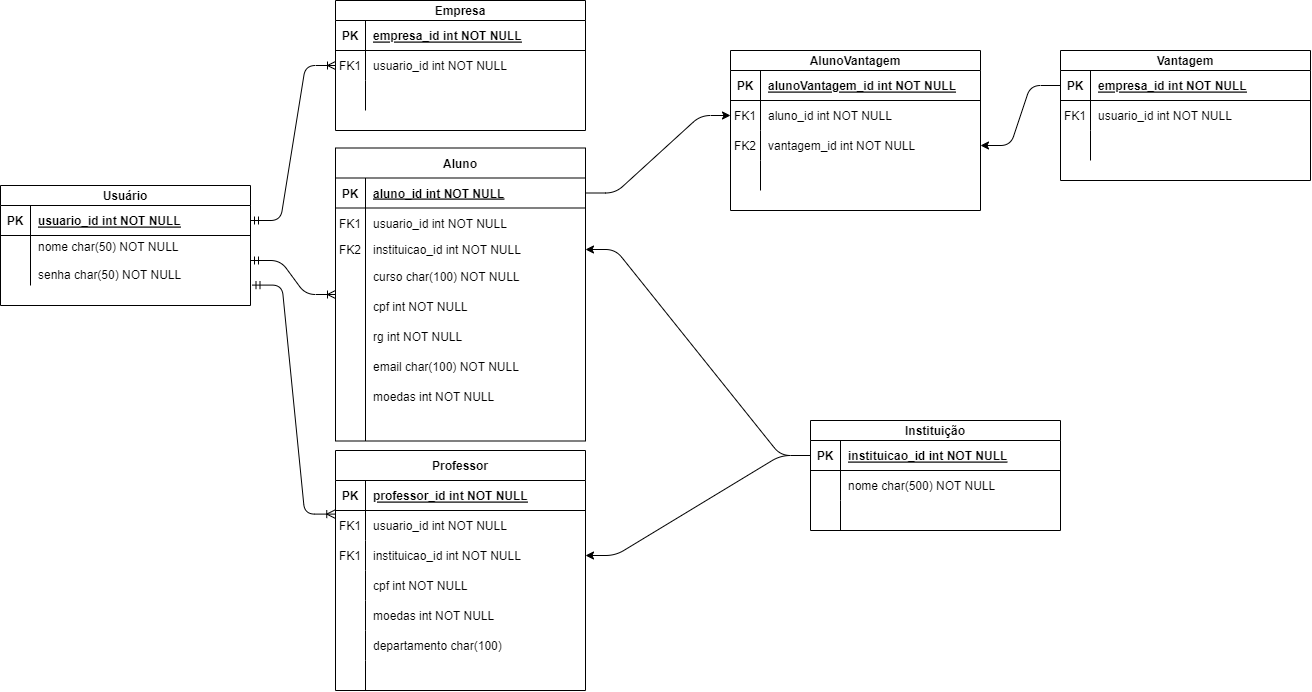
The draw.io diagram Laboratorio 3/Projeto/ER_Detalhado.drawio.png in Deathpark/LabProjetoSoftware, before a commit. Source tidied: cells renumbered, new cells last; positions are measured from the earlier drawing's top-left corner, leaving out a move shared by most shapes.
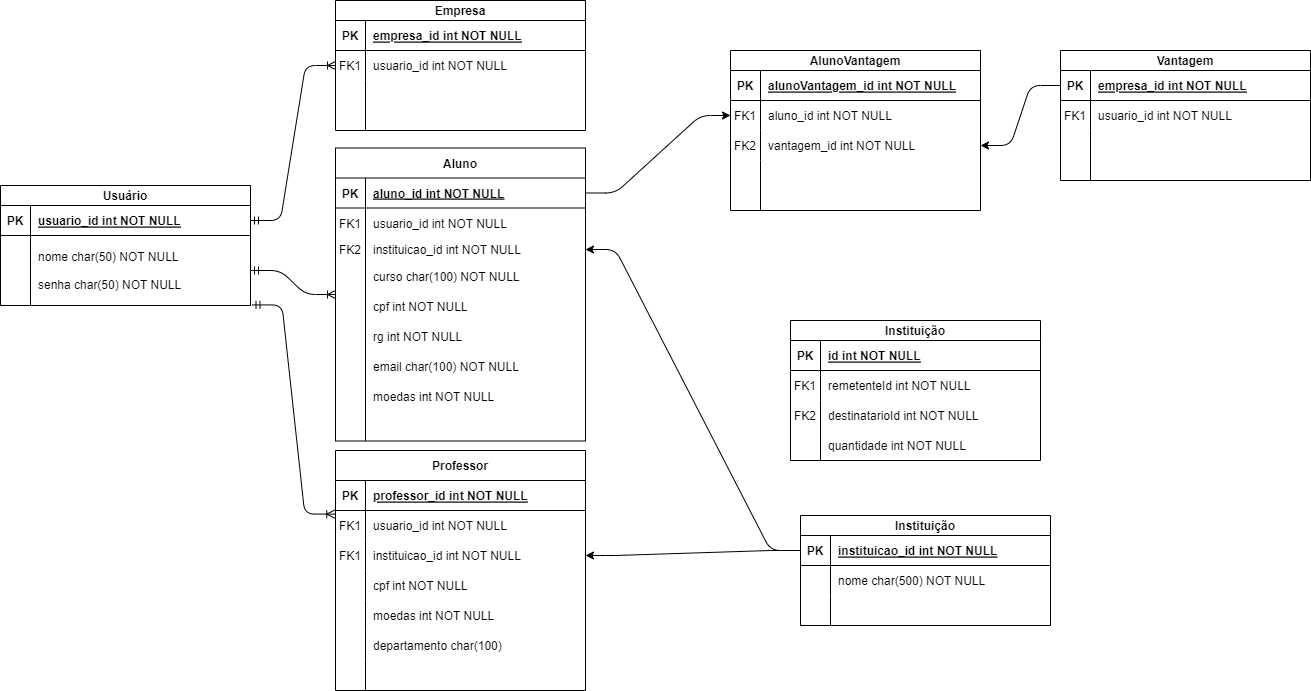
The same diagram one commit later.

Commit message:
Notificação de envio de email e diagramas

Change to the diagram source:
```diff
@@ -5,7 +5,7 @@
     <mxCell id="2" style="edgeStyle=entityRelationEdgeStyle;endArrow=ERoneToMany;startArrow=ERmandOne;endFill=0;startFill=0;" parent="1" edge="1" source="42" target="7">
       <mxGeometry relative="1" as="geometry" />
     </mxCell>
-    <mxCell id="3" value="Empresa" style="shape=table;startSize=20;rowLines=0;fontStyle=1;align=center;" parent="1" vertex="1">
+    <mxCell id="3" value="Empresa" style="shape=table;startSize=20;rowLines=0;fontStyle=1;align=center;resizeLastRow=0;" parent="1" vertex="1">
       <mxGeometry x="335" width="250" height="130" as="geometry" />
     </mxCell>
     <mxCell id="4" style="shape=partialRectangle;fillColor=none;top=0;left=0;right=0;bottom=1;" parent="3" vertex="1">
@@ -27,13 +27,13 @@
       <mxGeometry x="30" width="220" height="30" as="geometry" />
     </mxCell>
     <mxCell id="10" style="shape=partialRectangle;fillColor=none;top=0;left=0;right=0;bottom=0;" parent="3" vertex="1">
-      <mxGeometry y="80" width="250" height="30" as="geometry" />
+      <mxGeometry y="80" width="250" height="50" as="geometry" />
     </mxCell>
     <mxCell id="11" style="shape=partialRectangle;overflow=hidden;fillColor=none;top=0;left=0;bottom=0;right=0;" parent="10" vertex="1">
-      <mxGeometry width="30" height="30" as="geometry" />
+      <mxGeometry width="30" height="50" as="geometry" />
     </mxCell>
     <mxCell id="12" style="shape=partialRectangle;overflow=hidden;fillColor=none;top=0;left=0;bottom=0;right=0;align=left;spacingLeft=6;" parent="10" vertex="1">
-      <mxGeometry x="30" width="220" height="30" as="geometry" />
+      <mxGeometry x="30" width="220" height="50" as="geometry" />
     </mxCell>
     <mxCell id="13" value="Aluno" style="shape=table;startSize=30;rowLines=0;fontStyle=1;align=center;" parent="1" vertex="1">
       <mxGeometry x="335" y="147.5" width="250" height="293" as="geometry" />
@@ -119,7 +119,7 @@
     <mxCell id="40" style="shape=partialRectangle;overflow=hidden;fillColor=none;top=0;left=0;bottom=0;right=0;align=left;spacingLeft=6;" parent="38" vertex="1">
       <mxGeometry x="30" width="220" height="30" as="geometry" />
     </mxCell>
-    <mxCell id="41" value="Usuário" style="shape=table;startSize=20;rowLines=0;fontStyle=1;align=center;" parent="1" vertex="1">
+    <mxCell id="41" value="Usuário" style="shape=table;startSize=20;rowLines=0;fontStyle=1;align=center;resizeLastRow=0;" parent="1" vertex="1">
       <mxGeometry y="185" width="250" height="120" as="geometry" />
     </mxCell>
     <mxCell id="42" style="shape=partialRectangle;fillColor=none;points=[[0,0.5],[1,0.5]];portConstraint=eastwest;top=0;left=0;right=0;bottom=1;" parent="41" vertex="1">
@@ -132,13 +132,13 @@
       <mxGeometry x="30" width="220" height="30" as="geometry" />
     </mxCell>
     <mxCell id="45" style="shape=partialRectangle;fillColor=none;points=[[0,0.5],[1,0.5]];portConstraint=eastwest;top=0;left=0;right=0;bottom=0;" parent="41" vertex="1">
-      <mxGeometry y="50" width="250" height="50" as="geometry" />
+      <mxGeometry y="50" width="250" height="70" as="geometry" />
     </mxCell>
     <mxCell id="46" style="shape=partialRectangle;overflow=hidden;fillColor=none;top=0;left=0;bottom=0;right=0;" parent="45" vertex="1">
-      <mxGeometry width="30" height="50" as="geometry" />
+      <mxGeometry width="30" height="70" as="geometry" />
     </mxCell>
     <mxCell id="47" value="nome char(50) NOT NULL&#10;&#10;senha char(50) NOT NULL" style="shape=partialRectangle;overflow=hidden;fillColor=none;top=0;left=0;bottom=0;right=0;align=left;spacingLeft=6;" parent="45" vertex="1">
-      <mxGeometry x="30" width="220" height="50" as="geometry" />
+      <mxGeometry x="30" width="220" height="70" as="geometry" />
     </mxCell>
     <mxCell id="48" style="edgeStyle=entityRelationEdgeStyle;rounded=1;jettySize=auto;html=1;entryX=0;entryY=0.5;entryDx=0;entryDy=0;elbow=vertical;endArrow=ERoneToMany;endFill=0;startArrow=ERmandOne;startFill=0;exitX=1;exitY=0.5;exitDx=0;exitDy=0;" parent="1" edge="1" source="45" target="13">
       <mxGeometry relative="1" as="geometry" />
@@ -213,7 +213,7 @@
       <mxGeometry relative="1" as="geometry" />
     </mxCell>
     <mxCell id="72" value="Instituição" style="shape=table;startSize=20;rowLines=0;fontStyle=1;align=center;" parent="1" vertex="1">
-      <mxGeometry x="810" y="420" width="250" height="110" as="geometry" />
+      <mxGeometry x="800" y="515" width="250" height="110" as="geometry" />
     </mxCell>
     <mxCell id="73" style="shape=partialRectangle;fillColor=none;points=[[0,0.5],[1,0.5]];portConstraint=eastwest;top=0;left=0;right=0;bottom=1;" parent="72" vertex="1">
       <mxGeometry y="20" width="250" height="30" as="geometry" />
@@ -242,7 +242,7 @@
     <mxCell id="81" style="shape=partialRectangle;overflow=hidden;fillColor=none;top=0;left=0;bottom=0;right=0;align=left;spacingLeft=6;" parent="79" vertex="1">
       <mxGeometry x="30" width="220" height="30" as="geometry" />
     </mxCell>
-    <mxCell id="82" value="Vantagem" style="shape=table;startSize=20;rowLines=0;fontStyle=1;align=center;" parent="1" vertex="1">
+    <mxCell id="82" value="Vantagem" style="shape=table;startSize=20;rowLines=0;fontStyle=1;align=center;resizeLastRow=0;" parent="1" vertex="1">
       <mxGeometry x="1060" y="50" width="250" height="130" as="geometry" />
     </mxCell>
     <mxCell id="83" style="shape=partialRectangle;fillColor=none;points=[[0,0.5],[1,0.5]];portConstraint=eastwest;top=0;left=0;right=0;bottom=1;" parent="82" vertex="1">
@@ -264,15 +264,15 @@
       <mxGeometry x="30" width="220" height="30" as="geometry" />
     </mxCell>
     <mxCell id="89" style="shape=partialRectangle;fillColor=none;top=0;left=0;right=0;bottom=0;" parent="82" vertex="1">
-      <mxGeometry y="80" width="250" height="30" as="geometry" />
+      <mxGeometry y="80" width="250" height="50" as="geometry" />
     </mxCell>
     <mxCell id="90" style="shape=partialRectangle;overflow=hidden;fillColor=none;top=0;left=0;bottom=0;right=0;" parent="89" vertex="1">
-      <mxGeometry width="30" height="30" as="geometry" />
+      <mxGeometry width="30" height="50" as="geometry" />
     </mxCell>
     <mxCell id="91" style="shape=partialRectangle;overflow=hidden;fillColor=none;top=0;left=0;bottom=0;right=0;align=left;spacingLeft=6;" parent="89" vertex="1">
-      <mxGeometry x="30" width="220" height="30" as="geometry" />
+      <mxGeometry x="30" width="220" height="50" as="geometry" />
     </mxCell>
-    <mxCell id="92" value="AlunoVantagem" style="shape=table;startSize=20;rowLines=0;fontStyle=1;align=center;" parent="1" vertex="1">
+    <mxCell id="92" value="AlunoVantagem" style="shape=table;startSize=20;rowLines=0;fontStyle=1;align=center;resizeLastRow=0;" parent="1" vertex="1">
       <mxGeometry x="730" y="50" width="250" height="160" as="geometry" />
     </mxCell>
     <mxCell id="93" style="shape=partialRectangle;fillColor=none;top=0;left=0;right=0;bottom=1;" parent="92" vertex="1">
@@ -303,13 +303,13 @@
       <mxGeometry x="30" width="220" height="30" as="geometry" />
     </mxCell>
     <mxCell id="102" style="shape=partialRectangle;fillColor=none;top=0;left=0;right=0;bottom=0;" parent="92" vertex="1">
-      <mxGeometry y="110" width="250" height="30" as="geometry" />
+      <mxGeometry y="110" width="250" height="50" as="geometry" />
     </mxCell>
     <mxCell id="103" style="shape=partialRectangle;overflow=hidden;fillColor=none;top=0;left=0;bottom=0;right=0;" parent="102" vertex="1">
-      <mxGeometry width="30" height="30" as="geometry" />
+      <mxGeometry width="30" height="50" as="geometry" />
     </mxCell>
     <mxCell id="104" style="shape=partialRectangle;overflow=hidden;fillColor=none;top=0;left=0;bottom=0;right=0;align=left;spacingLeft=6;" parent="102" vertex="1">
-      <mxGeometry x="30" width="220" height="30" as="geometry" />
+      <mxGeometry x="30" width="220" height="50" as="geometry" />
     </mxCell>
     <mxCell id="105" style="edgeStyle=entityRelationEdgeStyle;rounded=1;jettySize=auto;html=1;entryX=0;entryY=0.5;entryDx=0;entryDy=0;startArrow=none;startFill=0;endArrow=classic;endFill=1;elbow=vertical;" parent="1" edge="1" source="14" target="96">
       <mxGeometry relative="1" as="geometry" />
@@ -323,5 +323,50 @@
     <mxCell id="108" style="edgeStyle=entityRelationEdgeStyle;rounded=1;jettySize=auto;html=1;entryX=1;entryY=0.5;entryDx=0;entryDy=0;startArrow=none;startFill=0;endArrow=classic;endFill=1;elbow=vertical;" parent="1" edge="1" source="83" target="99">
       <mxGeometry relative="1" as="geometry" />
     </mxCell>
+    <mxCell id="109" value="Instituição" style="shape=table;startSize=20;rowLines=0;fontStyle=1;align=center;perimeterSpacing=0;fillStyle=auto;resizeLastRow=0;" parent="1" vertex="1">
+      <mxGeometry x="790" y="320" width="250" height="140" as="geometry" />
+    </mxCell>
+    <mxCell id="110" style="shape=partialRectangle;fillColor=none;top=0;left=0;right=0;bottom=1;" parent="109" vertex="1">
+      <mxGeometry y="20" width="250" height="30" as="geometry" />
+    </mxCell>
+    <mxCell id="111" value="PK" style="shape=partialRectangle;overflow=hidden;fillColor=none;top=0;left=0;bottom=0;right=0;fontStyle=1;" parent="110" vertex="1">
+      <mxGeometry width="30" height="30" as="geometry" />
+    </mxCell>
+    <mxCell id="112" value="id int NOT NULL " style="shape=partialRectangle;overflow=hidden;fillColor=none;top=0;left=0;bottom=0;right=0;align=left;spacingLeft=6;fontStyle=5;" parent="110" vertex="1">
+      <mxGeometry x="30" width="220" height="30" as="geometry" />
+    </mxCell>
+    <mxCell id="113" style="shape=partialRectangle;fillColor=none;top=0;left=0;right=0;bottom=0;" parent="109" vertex="1">
+      <mxGeometry y="50" width="250" height="30" as="geometry" />
+    </mxCell>
+    <mxCell id="114" style="shape=partialRectangle;overflow=hidden;fillColor=none;top=0;left=0;bottom=0;right=0;" parent="113" vertex="1">
+      <mxGeometry width="30" height="30" as="geometry" />
+    </mxCell>
+    <mxCell id="115" value="remetenteId int NOT NULL" style="shape=partialRectangle;overflow=hidden;fillColor=none;top=0;left=0;bottom=0;right=0;align=left;spacingLeft=6;" parent="113" vertex="1">
+      <mxGeometry x="30" width="220" height="30" as="geometry" />
+    </mxCell>
+    <mxCell id="116" style="shape=partialRectangle;fillColor=none;top=0;left=0;right=0;bottom=0;" parent="109" vertex="1">
+      <mxGeometry y="80" width="250" height="60" as="geometry" />
+    </mxCell>
+    <mxCell id="117" style="shape=partialRectangle;overflow=hidden;fillColor=none;top=0;left=0;bottom=0;right=0;" parent="116" vertex="1">
+      <mxGeometry width="30" height="60" as="geometry" />
+    </mxCell>
+    <mxCell id="118" style="shape=partialRectangle;overflow=hidden;fillColor=none;top=0;left=0;bottom=0;right=0;align=left;spacingLeft=6;" parent="116" vertex="1">
+      <mxGeometry x="30" width="220" height="60" as="geometry" />
+    </mxCell>
+    <mxCell id="119" value="FK1" style="shape=partialRectangle;overflow=hidden;fillColor=none;top=0;left=0;bottom=0;right=0;" parent="1" vertex="1">
+      <mxGeometry x="790" y="370" width="30" height="30" as="geometry" />
+    </mxCell>
+    <mxCell id="120" style="shape=partialRectangle;fillColor=none;top=0;left=0;right=0;bottom=0;" parent="1" vertex="1">
+      <mxGeometry x="790" y="400" width="250" height="30" as="geometry" />
+    </mxCell>
+    <mxCell id="121" value="FK2" style="shape=partialRectangle;overflow=hidden;fillColor=none;top=0;left=0;bottom=0;right=0;" parent="120" vertex="1">
+      <mxGeometry width="30" height="30" as="geometry" />
+    </mxCell>
+    <mxCell id="122" value="destinatarioId int NOT NULL" style="shape=partialRectangle;overflow=hidden;fillColor=none;top=0;left=0;bottom=0;right=0;align=left;spacingLeft=6;" parent="120" vertex="1">
+      <mxGeometry x="30" width="220" height="30" as="geometry" />
+    </mxCell>
+    <mxCell id="123" value="quantidade int NOT NULL" style="shape=partialRectangle;overflow=hidden;fillColor=none;top=0;left=0;bottom=0;right=0;align=left;spacingLeft=6;" parent="1" vertex="1">
+      <mxGeometry x="820" y="430" width="220" height="30" as="geometry" />
+    </mxCell>
   </root>
 </mxGraphModel>
```
